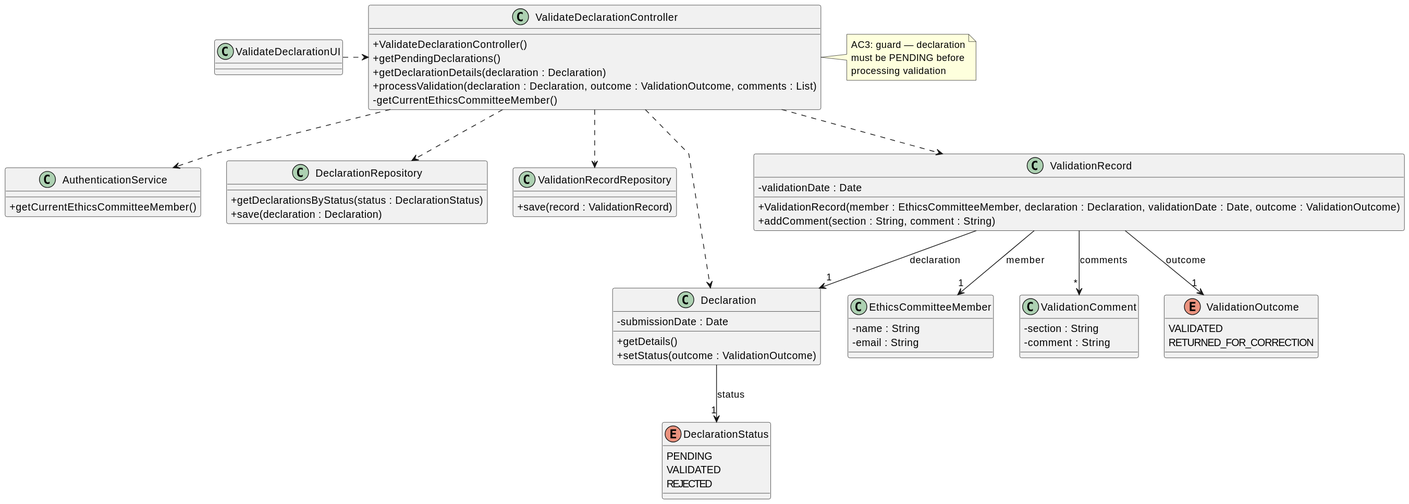
Earlier version of the PlantUML export docs/system-documentation/US08/03.design/svg/US08-CD.svg (brunodspinto/crystal-clear-platform). The source it was exported from:
```plantuml
@startuml
skinparam packageStyle rectangle
skinparam shadowing false
skinparam linetype polyline
skinparam classAttributeIconSize 0

class ValidateDeclarationUI {
}

class ValidateDeclarationController {
    + ValidateDeclarationController()
    + getPendingDeclarations()
    + getDeclarationDetails(declaration : Declaration)
    + processValidation(declaration : Declaration, outcome : ValidationOutcome, comments : List)
    - getCurrentEthicsCommitteeMember()
}

class AuthenticationService {
    + getCurrentEthicsCommitteeMember()
}

class DeclarationRepository {
    + getDeclarationsByStatus(status : DeclarationStatus)
    + save(declaration : Declaration)
}

class ValidationRecordRepository {
    + save(record : ValidationRecord)
}

class Declaration {
    - submissionDate : Date
    + getDetails()
    + setStatus(outcome : ValidationOutcome)
}

class EthicsCommitteeMember {
    - name : String
    - email : String
}

class ValidationRecord {
    - validationDate : Date
    + ValidationRecord(member : EthicsCommitteeMember, declaration : Declaration, validationDate : Date, outcome : ValidationOutcome)
    + addComment(section : String, comment : String)
}

class ValidationComment {
    - section : String
    - comment : String
}

enum DeclarationStatus {
    PENDING
    VALIDATED
    REJECTED
}

enum ValidationOutcome {
    VALIDATED
    RETURNED_FOR_CORRECTION
}

note right of ValidateDeclarationController
    AC3: guard — declaration
    must be PENDING before
    processing validation
end note

ValidateDeclarationUI .> ValidateDeclarationController

ValidateDeclarationController ..> AuthenticationService
ValidateDeclarationController ..> DeclarationRepository
ValidateDeclarationController ..> ValidationRecordRepository
ValidateDeclarationController ..> Declaration
ValidateDeclarationController ..> ValidationRecord

Declaration --> "1" DeclarationStatus : status

ValidationRecord --> "1" EthicsCommitteeMember : member
ValidationRecord --> "1" Declaration : declaration
ValidationRecord --> "1" ValidationOutcome : outcome
ValidationRecord --> "*" ValidationComment : comments
@enduml
```
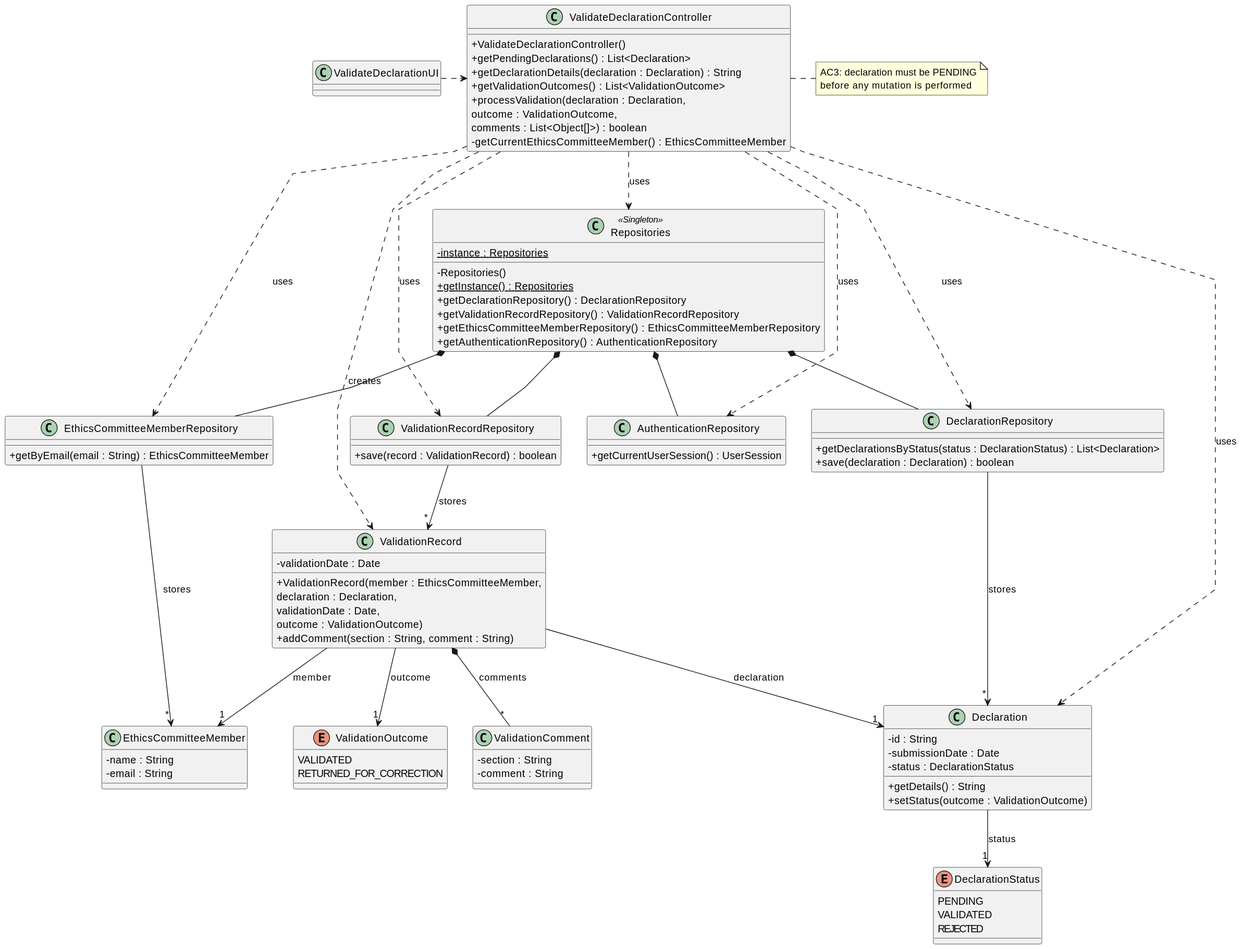
Later version of the same file.

Change to the diagram source:
```diff
@@ -9,28 +9,45 @@
 
 class ValidateDeclarationController {
     + ValidateDeclarationController()
-    + getPendingDeclarations()
-    + getDeclarationDetails(declaration : Declaration)
-    + processValidation(declaration : Declaration, outcome : ValidationOutcome, comments : List)
-    - getCurrentEthicsCommitteeMember()
+    + getPendingDeclarations() : List<Declaration>
+    + getDeclarationDetails(declaration : Declaration) : String
+    + getValidationOutcomes() : List<ValidationOutcome>
+    + processValidation(declaration : Declaration,\noutcome : ValidationOutcome,\ncomments : List<Object[]>) : boolean
+    - getCurrentEthicsCommitteeMember() : EthicsCommitteeMember
 }
 
-class AuthenticationService {
-    + getCurrentEthicsCommitteeMember()
+class Repositories <<Singleton>> {
+    - {static} instance : Repositories
+    - Repositories()
+    + {static} getInstance() : Repositories
+    + getDeclarationRepository() : DeclarationRepository
+    + getValidationRecordRepository() : ValidationRecordRepository
+    + getEthicsCommitteeMemberRepository() : EthicsCommitteeMemberRepository
+    + getAuthenticationRepository() : AuthenticationRepository
 }
 
 class DeclarationRepository {
-    + getDeclarationsByStatus(status : DeclarationStatus)
-    + save(declaration : Declaration)
+    + getDeclarationsByStatus(status : DeclarationStatus) : List<Declaration>
+    + save(declaration : Declaration) : boolean
 }
 
 class ValidationRecordRepository {
-    + save(record : ValidationRecord)
+    + save(record : ValidationRecord) : boolean
+}
+
+class EthicsCommitteeMemberRepository {
+    + getByEmail(email : String) : EthicsCommitteeMember
+}
+
+class AuthenticationRepository {
+    + getCurrentUserSession() : UserSession
 }
 
 class Declaration {
+    - id : String
     - submissionDate : Date
-    + getDetails()
+    - status : DeclarationStatus
+    + getDetails() : String
     + setStatus(outcome : ValidationOutcome)
 }
 
@@ -41,7 +58,7 @@
 
 class ValidationRecord {
     - validationDate : Date
-    + ValidationRecord(member : EthicsCommitteeMember, declaration : Declaration, validationDate : Date, outcome : ValidationOutcome)
+    + ValidationRecord(member : EthicsCommitteeMember,\ndeclaration : Declaration,\nvalidationDate : Date,\noutcome : ValidationOutcome)
     + addComment(section : String, comment : String)
 }
 
@@ -62,23 +79,33 @@
 }
 
 note right of ValidateDeclarationController
-    AC3: guard — declaration
-    must be PENDING before
-    processing validation
+    AC3: declaration must be PENDING
+    before any mutation is performed
 end note
 
 ValidateDeclarationUI .> ValidateDeclarationController
 
-ValidateDeclarationController ..> AuthenticationService
-ValidateDeclarationController ..> DeclarationRepository
-ValidateDeclarationController ..> ValidationRecordRepository
-ValidateDeclarationController ..> Declaration
-ValidateDeclarationController ..> ValidationRecord
+ValidateDeclarationController ..> Repositories : uses
+ValidateDeclarationController ..> DeclarationRepository : uses
+ValidateDeclarationController ..> ValidationRecordRepository : uses
+ValidateDeclarationController ..> EthicsCommitteeMemberRepository : uses
+ValidateDeclarationController ..> AuthenticationRepository : uses
+ValidateDeclarationController ..> Declaration : uses
+ValidateDeclarationController ..> ValidationRecord : creates
+
+Repositories *-- DeclarationRepository
+Repositories *-- ValidationRecordRepository
+Repositories *-- EthicsCommitteeMemberRepository
+Repositories *-- AuthenticationRepository
+
+DeclarationRepository --> "*" Declaration : stores
+ValidationRecordRepository --> "*" ValidationRecord : stores
+EthicsCommitteeMemberRepository --> "*" EthicsCommitteeMember : stores
 
 Declaration --> "1" DeclarationStatus : status
 
 ValidationRecord --> "1" EthicsCommitteeMember : member
 ValidationRecord --> "1" Declaration : declaration
 ValidationRecord --> "1" ValidationOutcome : outcome
-ValidationRecord --> "*" ValidationComment : comments
+ValidationRecord *-- "*" ValidationComment : comments
 @enduml
```
